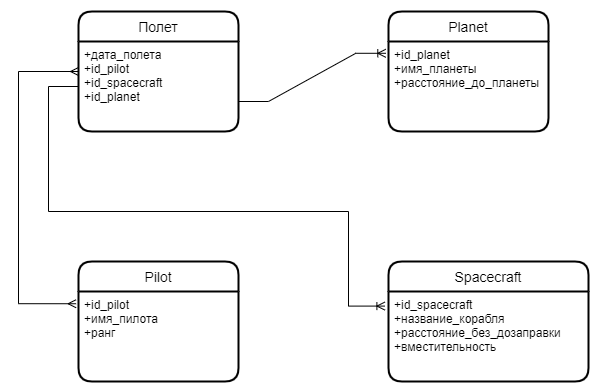
The draw.io diagram Space.drawio.png in Kolesa-Education/kolesa-upgrade-homework-4, before a commit. Source tidied: cells renumbered, new cells last; positions are measured from the earlier drawing's top-left corner, leaving out a move shared by most shapes.
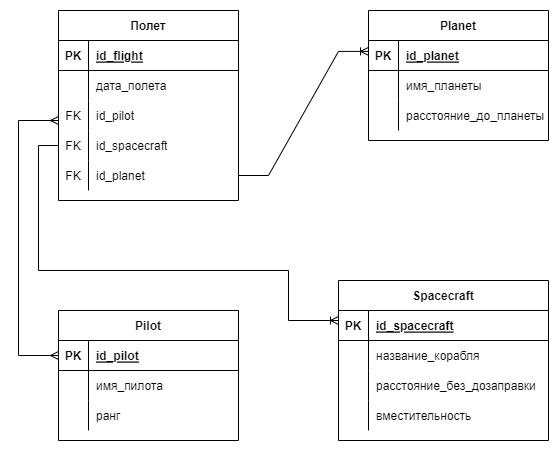
The same diagram one commit later.

Change to the diagram source:
```diff
@@ -2,53 +2,177 @@
   <root>
     <mxCell id="0" />
     <mxCell id="1" parent="0" />
-    <mxCell id="2" value="Полет" style="swimlane;horizontal=1;startSize=30;rounded=1;fontSize=14;fontStyle=0;strokeWidth=2;shadow=0;dashed=0;align=center;" parent="1" vertex="1">
-      <mxGeometry x="60" width="160" height="120" as="geometry" />
+    <mxCell id="2" value="Полет" style="shape=table;startSize=30;rowLines=0;fontStyle=1;align=center;fontColor=#000000;html=0;" parent="1" vertex="1">
+      <mxGeometry x="60" y="-50" width="180" height="190" as="geometry" />
     </mxCell>
-    <mxCell id="3" value="+дата_полета&#10;+id_pilot&#10;+id_spacecraft&#10;+id_planet" style="align=left;strokeColor=none;fillColor=none;spacingLeft=4;fontSize=12;verticalAlign=top;" parent="2" vertex="1">
-      <mxGeometry y="30" width="160" height="90" as="geometry" />
-    </mxCell>
+    <mxCell id="13" style="shape=tableRow;horizontal=0;startSize=0;swimlaneHead=0;swimlaneBody=0;fillColor=none;top=0;left=0;right=0;bottom=1;fontColor=#000000;html=0;" parent="2" vertex="1">
+      <mxGeometry y="30" width="180" height="30" as="geometry" />
+    </mxCell>
+    <mxCell id="14" value="PK" style="shape=partialRectangle;fillColor=none;top=0;left=0;bottom=0;right=0;fontStyle=1;overflow=hidden;fontColor=#000000;html=0;" parent="13" vertex="1">
+      <mxGeometry width="30" height="30" as="geometry" />
+    </mxCell>
+    <mxCell id="15" value="id_flight" style="shape=partialRectangle;fillColor=none;top=0;left=0;bottom=0;right=0;align=left;spacingLeft=6;fontStyle=5;overflow=hidden;fontColor=#000000;html=0;" parent="13" vertex="1">
+      <mxGeometry x="30" width="150" height="30" as="geometry" />
+    </mxCell>
+    <mxCell id="16" style="shape=tableRow;horizontal=0;startSize=0;swimlaneHead=0;swimlaneBody=0;fillColor=none;top=0;left=0;right=0;bottom=0;fontColor=#000000;html=0;" parent="2" vertex="1">
+      <mxGeometry y="60" width="180" height="30" as="geometry" />
+    </mxCell>
+    <mxCell id="17" style="shape=partialRectangle;fillColor=none;top=0;left=0;bottom=0;right=0;overflow=hidden;fontColor=#000000;html=0;" parent="16" vertex="1">
+      <mxGeometry width="30" height="30" as="geometry" />
+    </mxCell>
+    <mxCell id="18" value="дата_полета" style="shape=partialRectangle;fillColor=none;top=0;left=0;bottom=0;right=0;align=left;spacingLeft=6;overflow=hidden;fontColor=#000000;html=0;" parent="16" vertex="1">
+      <mxGeometry x="30" width="150" height="30" as="geometry" />
+    </mxCell>
+    <mxCell id="19" style="shape=tableRow;horizontal=0;startSize=0;swimlaneHead=0;swimlaneBody=0;fillColor=none;top=0;left=0;right=0;bottom=0;fontColor=#000000;html=0;" parent="2" vertex="1">
+      <mxGeometry y="90" width="180" height="30" as="geometry" />
+    </mxCell>
+    <mxCell id="20" value="FK" style="shape=partialRectangle;fillColor=none;top=0;left=0;bottom=0;right=0;overflow=hidden;fontColor=#000000;html=0;" parent="19" vertex="1">
+      <mxGeometry width="30" height="30" as="geometry" />
+    </mxCell>
+    <mxCell id="21" value="id_pilot" style="shape=partialRectangle;fillColor=none;top=0;left=0;bottom=0;right=0;align=left;spacingLeft=6;overflow=hidden;fontColor=#000000;html=0;" parent="19" vertex="1">
+      <mxGeometry x="30" width="150" height="30" as="geometry" />
+    </mxCell>
+    <mxCell id="22" style="shape=tableRow;horizontal=0;startSize=0;swimlaneHead=0;swimlaneBody=0;fillColor=none;points=[[0,0.5],[1,0.5]];portConstraint=eastwest;top=0;left=0;right=0;bottom=0;fontColor=#000000;html=0;" parent="2" vertex="1">
+      <mxGeometry y="120" width="180" height="30" as="geometry" />
+    </mxCell>
+    <mxCell id="23" value="FK" style="shape=partialRectangle;fillColor=none;top=0;left=0;bottom=0;right=0;overflow=hidden;fontColor=#000000;html=0;" parent="22" vertex="1">
+      <mxGeometry width="30" height="30" as="geometry" />
+    </mxCell>
+    <mxCell id="24" value="id_spacecraft" style="shape=partialRectangle;fillColor=none;top=0;left=0;bottom=0;right=0;align=left;spacingLeft=6;overflow=hidden;fontColor=#000000;html=0;" parent="22" vertex="1">
+      <mxGeometry x="30" width="150" height="30" as="geometry" />
+    </mxCell>
+    <mxCell id="25" style="shape=tableRow;horizontal=0;startSize=0;swimlaneHead=0;swimlaneBody=0;fillColor=none;points=[[0,0.5],[1,0.5]];portConstraint=eastwest;top=0;left=0;right=0;bottom=0;fontColor=#000000;html=0;" parent="2" vertex="1">
+      <mxGeometry y="150" width="180" height="30" as="geometry" />
+    </mxCell>
+    <mxCell id="26" value="FK" style="shape=partialRectangle;fillColor=none;top=0;left=0;bottom=0;right=0;overflow=hidden;fontColor=#000000;html=0;" parent="25" vertex="1">
+      <mxGeometry width="30" height="30" as="geometry" />
+    </mxCell>
+    <mxCell id="27" value="id_planet" style="shape=partialRectangle;fillColor=none;top=0;left=0;bottom=0;right=0;align=left;spacingLeft=6;overflow=hidden;fontColor=#000000;html=0;" parent="25" vertex="1">
+      <mxGeometry x="30" width="150" height="30" as="geometry" />
+    </mxCell>
+    <mxCell id="6" value="Pilot" style="shape=table;startSize=30;rowLines=0;fontStyle=1;align=center;fontColor=#000000;html=0;" parent="1" vertex="1">
+      <mxGeometry x="60" y="250" width="180" height="130" as="geometry" />
+    </mxCell>
+    <mxCell id="28" style="shape=tableRow;horizontal=0;startSize=0;swimlaneHead=0;swimlaneBody=0;fillColor=none;points=[[0,0.5],[1,0.5]];portConstraint=eastwest;top=0;left=0;right=0;bottom=1;fontColor=#000000;html=0;" parent="6" vertex="1">
+      <mxGeometry y="30" width="180" height="30" as="geometry" />
+    </mxCell>
+    <mxCell id="29" value="PK" style="shape=partialRectangle;fillColor=none;top=0;left=0;bottom=0;right=0;fontStyle=1;overflow=hidden;fontColor=#000000;html=0;" parent="28" vertex="1">
+      <mxGeometry width="30" height="30" as="geometry" />
+    </mxCell>
+    <mxCell id="30" value="id_pilot" style="shape=partialRectangle;fillColor=none;top=0;left=0;bottom=0;right=0;align=left;spacingLeft=6;fontStyle=5;overflow=hidden;fontColor=#000000;html=0;" parent="28" vertex="1">
+      <mxGeometry x="30" width="150" height="30" as="geometry" />
+    </mxCell>
+    <mxCell id="31" style="shape=tableRow;horizontal=0;startSize=0;swimlaneHead=0;swimlaneBody=0;fillColor=none;top=0;left=0;right=0;bottom=0;fontColor=#000000;html=0;" parent="6" vertex="1">
+      <mxGeometry y="60" width="180" height="30" as="geometry" />
+    </mxCell>
+    <mxCell id="32" style="shape=partialRectangle;fillColor=none;top=0;left=0;bottom=0;right=0;overflow=hidden;fontColor=#000000;html=0;" parent="31" vertex="1">
+      <mxGeometry width="30" height="30" as="geometry" />
+    </mxCell>
+    <mxCell id="33" value="имя_пилота" style="shape=partialRectangle;fillColor=none;top=0;left=0;bottom=0;right=0;align=left;spacingLeft=6;overflow=hidden;fontColor=#000000;html=0;" parent="31" vertex="1">
+      <mxGeometry x="30" width="150" height="30" as="geometry" />
+    </mxCell>
+    <mxCell id="34" style="shape=tableRow;horizontal=0;startSize=0;swimlaneHead=0;swimlaneBody=0;fillColor=none;top=0;left=0;right=0;bottom=0;fontColor=#000000;html=0;" parent="6" vertex="1">
+      <mxGeometry y="90" width="180" height="30" as="geometry" />
+    </mxCell>
+    <mxCell id="35" style="shape=partialRectangle;fillColor=none;top=0;left=0;bottom=0;right=0;overflow=hidden;fontColor=#000000;html=0;" parent="34" vertex="1">
+      <mxGeometry width="30" height="30" as="geometry" />
+    </mxCell>
+    <mxCell id="36" value="ранг" style="shape=partialRectangle;fillColor=none;top=0;left=0;bottom=0;right=0;align=left;spacingLeft=6;overflow=hidden;fontColor=#000000;html=0;" parent="34" vertex="1">
+      <mxGeometry x="30" width="150" height="30" as="geometry" />
+    </mxCell>
-    <mxCell id="4" value="Planet" style="swimlane;horizontal=1;startSize=30;rounded=1;fontSize=14;fontStyle=0;strokeWidth=2;shadow=0;dashed=0;align=center;" parent="1" vertex="1">
-      <mxGeometry x="370" width="160" height="120" as="geometry" />
+    <mxCell id="4" value="Planet" style="shape=table;startSize=30;rowLines=0;fontStyle=1;align=center;fontColor=#000000;html=0;" parent="1" vertex="1">
+      <mxGeometry x="370" y="-50" width="180" height="130" as="geometry" />
     </mxCell>
-    <mxCell id="5" value="+id_planet&#10;+имя_планеты&#10;+расстояние_до_планеты" style="align=left;strokeColor=none;fillColor=none;spacingLeft=4;fontSize=12;verticalAlign=top;" parent="4" vertex="1">
-      <mxGeometry y="30" width="160" height="90" as="geometry" />
-    </mxCell>
-    <mxCell id="6" value="Pilot" style="swimlane;horizontal=1;startSize=30;rounded=1;fontSize=14;fontStyle=0;strokeWidth=2;shadow=0;dashed=0;align=center;" parent="1" vertex="1">
-      <mxGeometry x="60" y="250" width="160" height="120" as="geometry" />
-    </mxCell>
-    <mxCell id="7" value="+id_pilot&#10;+имя_пилота&#10;+ранг" style="align=left;strokeColor=none;fillColor=none;spacingLeft=4;fontSize=12;verticalAlign=top;" parent="6" vertex="1">
-      <mxGeometry y="30" width="160" height="90" as="geometry" />
-    </mxCell>
+    <mxCell id="37" style="shape=tableRow;horizontal=0;startSize=0;swimlaneHead=0;swimlaneBody=0;fillColor=none;top=0;left=0;right=0;bottom=1;fontColor=#000000;html=0;" parent="4" vertex="1">
+      <mxGeometry y="30" width="180" height="30" as="geometry" />
+    </mxCell>
+    <mxCell id="38" value="PK" style="shape=partialRectangle;fillColor=none;top=0;left=0;bottom=0;right=0;fontStyle=1;overflow=hidden;fontColor=#000000;html=0;" parent="37" vertex="1">
+      <mxGeometry width="30" height="30" as="geometry" />
+    </mxCell>
+    <mxCell id="39" value="id_planet" style="shape=partialRectangle;fillColor=none;top=0;left=0;bottom=0;right=0;align=left;spacingLeft=6;fontStyle=5;overflow=hidden;fontColor=#000000;html=0;" parent="37" vertex="1">
+      <mxGeometry x="30" width="150" height="30" as="geometry" />
+    </mxCell>
+    <mxCell id="40" style="shape=tableRow;horizontal=0;startSize=0;swimlaneHead=0;swimlaneBody=0;fillColor=none;top=0;left=0;right=0;bottom=0;fontColor=#000000;html=0;" parent="4" vertex="1">
+      <mxGeometry y="60" width="180" height="30" as="geometry" />
+    </mxCell>
+    <mxCell id="41" style="shape=partialRectangle;fillColor=none;top=0;left=0;bottom=0;right=0;overflow=hidden;fontColor=#000000;html=0;" parent="40" vertex="1">
+      <mxGeometry width="30" height="30" as="geometry" />
+    </mxCell>
+    <mxCell id="42" value="имя_планеты" style="shape=partialRectangle;fillColor=none;top=0;left=0;bottom=0;right=0;align=left;spacingLeft=6;overflow=hidden;fontColor=#000000;html=0;" parent="40" vertex="1">
+      <mxGeometry x="30" width="150" height="30" as="geometry" />
+    </mxCell>
+    <mxCell id="43" style="shape=tableRow;horizontal=0;startSize=0;swimlaneHead=0;swimlaneBody=0;fillColor=none;top=0;left=0;right=0;bottom=0;fontColor=#000000;html=0;" parent="4" vertex="1">
+      <mxGeometry y="90" width="180" height="30" as="geometry" />
+    </mxCell>
+    <mxCell id="44" style="shape=partialRectangle;fillColor=none;top=0;left=0;bottom=0;right=0;overflow=hidden;fontColor=#000000;html=0;" parent="43" vertex="1">
+      <mxGeometry width="30" height="30" as="geometry" />
+    </mxCell>
+    <mxCell id="45" value="расстояние_до_планеты" style="shape=partialRectangle;fillColor=none;top=0;left=0;bottom=0;right=0;align=left;spacingLeft=6;overflow=hidden;fontColor=#000000;html=0;" parent="43" vertex="1">
+      <mxGeometry x="30" width="150" height="30" as="geometry" />
+    </mxCell>
-    <mxCell id="8" value="Spacecraft" style="swimlane;horizontal=1;startSize=30;rounded=1;fontSize=14;fontStyle=0;strokeWidth=2;shadow=0;dashed=0;align=center;" parent="1" vertex="1">
-      <mxGeometry x="370" y="250" width="200" height="120" as="geometry" />
+    <mxCell id="8" value="Spacecraft" style="shape=table;startSize=30;rowLines=0;fontStyle=1;align=center;fontColor=#000000;html=0;" parent="1" vertex="1">
+      <mxGeometry x="340" y="220" width="210" height="160" as="geometry" />
     </mxCell>
-    <mxCell id="9" value="+id_spacecraft&#10;+название_корабля&#10;+расстояние_без_дозаправки&#10;+вместительность" style="align=left;strokeColor=none;fillColor=none;spacingLeft=4;fontSize=12;verticalAlign=top;" parent="8" vertex="1">
-      <mxGeometry y="30" width="200" height="90" as="geometry" />
-    </mxCell>
-    <mxCell id="10" style="edgeStyle=entityRelationEdgeStyle;fontSize=12;html=1;endArrow=ERoneToMany;rounded=0;entryX=-0.017;entryY=0.131;entryDx=0;entryDy=0;entryPerimeter=0;" parent="1" edge="1" target="5">
-      <mxGeometry relative="1" as="geometry">
-        <mxPoint x="220" y="90" as="sourcePoint" />
-      </mxGeometry>
-    </mxCell>
-    <mxCell id="11" style="edgeStyle=orthogonalEdgeStyle;fontSize=12;html=1;endArrow=ERoneToMany;rounded=0;exitX=0;exitY=0.5;exitDx=0;exitDy=0;entryX=-0.018;entryY=0.162;entryDx=0;entryDy=0;entryPerimeter=0;" parent="1" edge="1" source="3" target="9">
-      <mxGeometry relative="1" as="geometry">
-        <Array as="points">
-          <mxPoint x="30" y="75" />
-          <mxPoint x="30" y="200" />
-          <mxPoint x="330" y="200" />
-          <mxPoint x="330" y="295" />
-        </Array>
-      </mxGeometry>
-    </mxCell>
-    <mxCell id="12" style="edgeStyle=orthogonalEdgeStyle;fontSize=12;html=1;endArrow=ERmany;startArrow=ERmany;rounded=0;exitX=-0.015;exitY=0.136;exitDx=0;exitDy=0;exitPerimeter=0;" parent="1" edge="1" source="7">
-      <mxGeometry relative="1" as="geometry">
-        <mxPoint x="60" y="60" as="targetPoint" />
-        <Array as="points">
-          <mxPoint y="292" />
-          <mxPoint y="60" />
-        </Array>
-      </mxGeometry>
-    </mxCell>
+    <mxCell id="46" style="shape=tableRow;horizontal=0;startSize=0;swimlaneHead=0;swimlaneBody=0;fillColor=none;top=0;left=0;right=0;bottom=1;fontColor=#000000;html=0;" parent="8" vertex="1">
+      <mxGeometry y="30" width="210" height="30" as="geometry" />
+    </mxCell>
+    <mxCell id="47" value="PK" style="shape=partialRectangle;fillColor=none;top=0;left=0;bottom=0;right=0;fontStyle=1;overflow=hidden;fontColor=#000000;html=0;" parent="46" vertex="1">
+      <mxGeometry width="30" height="30" as="geometry" />
+    </mxCell>
+    <mxCell id="48" value="id_spacecraft" style="shape=partialRectangle;fillColor=none;top=0;left=0;bottom=0;right=0;align=left;spacingLeft=6;fontStyle=5;overflow=hidden;fontColor=#000000;html=0;" parent="46" vertex="1">
+      <mxGeometry x="30" width="180" height="30" as="geometry" />
+    </mxCell>
+    <mxCell id="49" style="shape=tableRow;horizontal=0;startSize=0;swimlaneHead=0;swimlaneBody=0;fillColor=none;top=0;left=0;right=0;bottom=0;fontColor=#000000;html=0;" parent="8" vertex="1">
+      <mxGeometry y="60" width="210" height="30" as="geometry" />
+    </mxCell>
+    <mxCell id="50" style="shape=partialRectangle;fillColor=none;top=0;left=0;bottom=0;right=0;overflow=hidden;fontColor=#000000;html=0;" parent="49" vertex="1">
+      <mxGeometry width="30" height="30" as="geometry" />
+    </mxCell>
+    <mxCell id="51" value="название_корабля" style="shape=partialRectangle;fillColor=none;top=0;left=0;bottom=0;right=0;align=left;spacingLeft=6;overflow=hidden;fontColor=#000000;html=0;" parent="49" vertex="1">
+      <mxGeometry x="30" width="180" height="30" as="geometry" />
+    </mxCell>
+    <mxCell id="52" style="shape=tableRow;horizontal=0;startSize=0;swimlaneHead=0;swimlaneBody=0;fillColor=none;top=0;left=0;right=0;bottom=0;fontColor=#000000;html=0;" parent="8" vertex="1">
+      <mxGeometry y="90" width="210" height="30" as="geometry" />
+    </mxCell>
+    <mxCell id="53" style="shape=partialRectangle;fillColor=none;top=0;left=0;bottom=0;right=0;overflow=hidden;fontColor=#000000;html=0;" parent="52" vertex="1">
+      <mxGeometry width="30" height="30" as="geometry" />
+    </mxCell>
+    <mxCell id="54" value="расстояние_без_дозаправки" style="shape=partialRectangle;fillColor=none;top=0;left=0;bottom=0;right=0;align=left;spacingLeft=6;overflow=hidden;fontColor=#000000;html=0;" parent="52" vertex="1">
+      <mxGeometry x="30" width="180" height="30" as="geometry" />
+    </mxCell>
+    <mxCell id="55" style="shape=tableRow;horizontal=0;startSize=0;swimlaneHead=0;swimlaneBody=0;fillColor=none;top=0;left=0;right=0;bottom=0;fontColor=#000000;html=0;" parent="8" vertex="1">
+      <mxGeometry y="120" width="210" height="30" as="geometry" />
+    </mxCell>
+    <mxCell id="56" style="shape=partialRectangle;fillColor=none;top=0;left=0;bottom=0;right=0;overflow=hidden;fontColor=#000000;html=0;" parent="55" vertex="1">
+      <mxGeometry width="30" height="30" as="geometry" />
+    </mxCell>
+    <mxCell id="57" value="вместительность" style="shape=partialRectangle;fillColor=none;top=0;left=0;bottom=0;right=0;align=left;spacingLeft=6;overflow=hidden;fontColor=#000000;html=0;" parent="55" vertex="1">
+      <mxGeometry x="30" width="180" height="30" as="geometry" />
+    </mxCell>
+    <mxCell id="58" style="edgeStyle=orthogonalEdgeStyle;fontSize=12;html=1;endArrow=ERmany;startArrow=ERmany;rounded=0;fontColor=#000000;exitX=0;exitY=0.5;exitDx=0;exitDy=0;" parent="1" edge="1" source="28">
+      <mxGeometry relative="1" as="geometry">
+        <mxPoint x="60" y="60" as="targetPoint" />
+        <Array as="points">
+          <mxPoint x="20" y="295" />
+          <mxPoint x="20" y="60" />
+        </Array>
+      </mxGeometry>
+    </mxCell>
+    <mxCell id="59" style="edgeStyle=entityRelationEdgeStyle;fontSize=12;html=1;endArrow=ERoneToMany;rounded=0;entryX=-0.017;entryY=0.131;entryDx=0;entryDy=0;entryPerimeter=0;exitX=1;exitY=0.5;exitDx=0;exitDy=0;" parent="1" edge="1" source="25">
+      <mxGeometry relative="1" as="geometry">
+        <mxPoint x="370" y="-9.1" as="targetPoint" />
+      </mxGeometry>
+    </mxCell>
+    <mxCell id="60" style="edgeStyle=orthogonalEdgeStyle;fontSize=12;html=1;endArrow=ERoneToMany;rounded=0;entryX=-0.017;entryY=0.131;entryDx=0;entryDy=0;entryPerimeter=0;exitX=0;exitY=0.5;exitDx=0;exitDy=0;" parent="1" edge="1" source="22">
+      <mxGeometry relative="1" as="geometry">
+        <mxPoint x="340" y="260" as="targetPoint" />
+        <Array as="points">
+          <mxPoint x="40" y="85" />
+          <mxPoint x="40" y="210" />
+          <mxPoint x="290" y="210" />
+          <mxPoint x="290" y="260" />
+        </Array>
+      </mxGeometry>
+    </mxCell>
   </root>
 </mxGraphModel>
```
